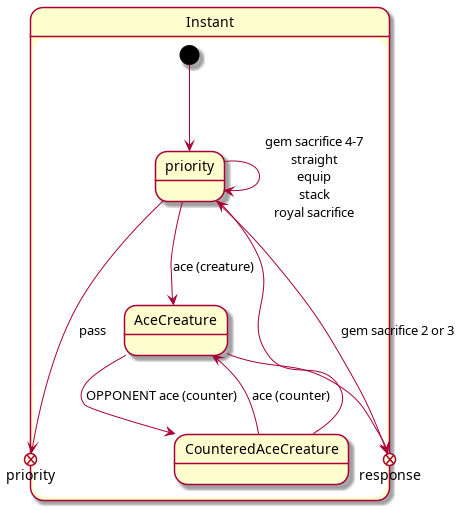
Before: formal-rules/instant.png, a diagram exported from PlantUML (remram44/superjack). Source of this version:
```plantuml
@startuml

state Instant {
  [*] --> priority
  priority --> priorityO : pass
  state "priority" as priorityO <<exitpoint>>
  state response <<exitpoint>>
  priority --> AceCreature : ace (creature)
  AceCreature --> CounteredAceCreature : OPPONENT ace (counter)
  AceCreature --> response
  CounteredAceCreature --> AceCreature : ace (counter)
  CounteredAceCreature --> priority
  priority --> priority : gem sacrifice 4-7\nstraight\nequip\nstack\nroyal sacrifice
  priority --> response : gem sacrifice 2 or 3
}

@enduml
```
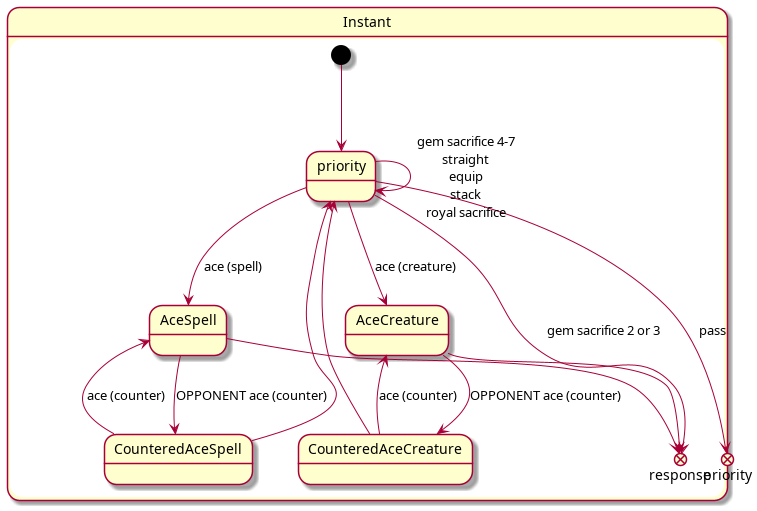
The same diagram one commit later.

Change to the diagram source:
```diff
@@ -6,10 +6,15 @@
   state "priority" as priorityO <<exitpoint>>
   state response <<exitpoint>>
   priority --> AceCreature : ace (creature)
+  priority --> AceSpell : ace (spell)
   AceCreature --> CounteredAceCreature : OPPONENT ace (counter)
   AceCreature --> response
   CounteredAceCreature --> AceCreature : ace (counter)
   CounteredAceCreature --> priority
+  AceSpell --> CounteredAceSpell : OPPONENT ace (counter)
+  AceSpell --> response
+  CounteredAceSpell --> AceSpell : ace (counter)
+  CounteredAceSpell --> priority
   priority --> priority : gem sacrifice 4-7\nstraight\nequip\nstack\nroyal sacrifice
   priority --> response : gem sacrifice 2 or 3
 }
```
